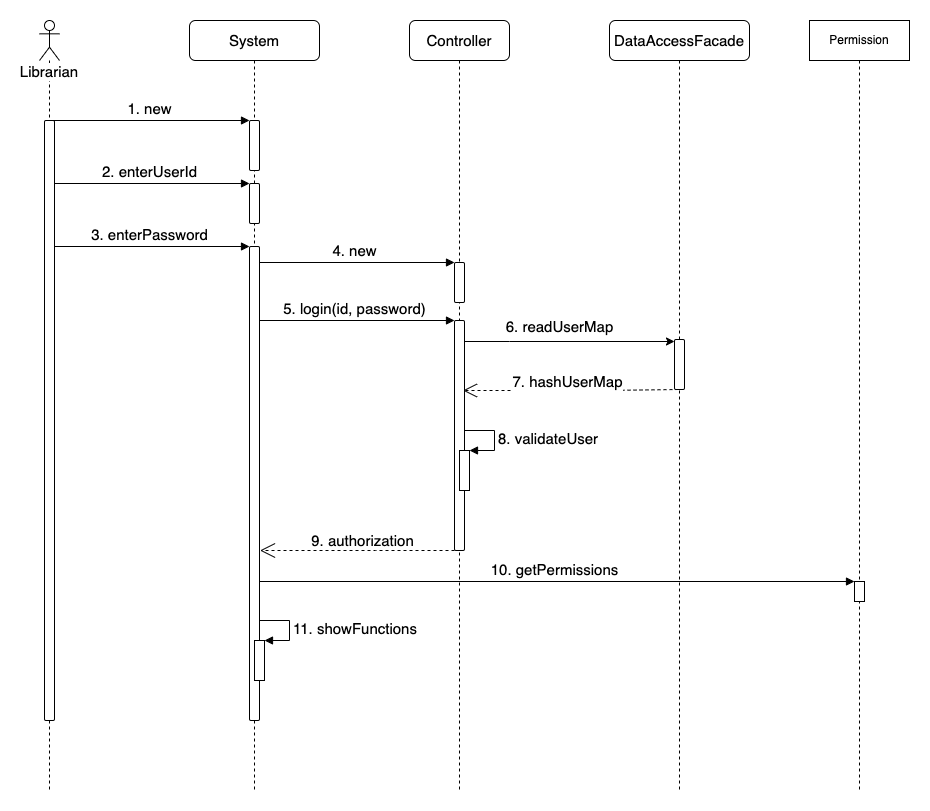
Before: uml/1_LibrarianLoginSequenceDiagram.png, a diagram exported from draw.io (mthuong/mpp-project). Source tidied: cells renumbered, new cells last; positions are measured from the earlier drawing's top-left corner, leaving out a move shared by most shapes.
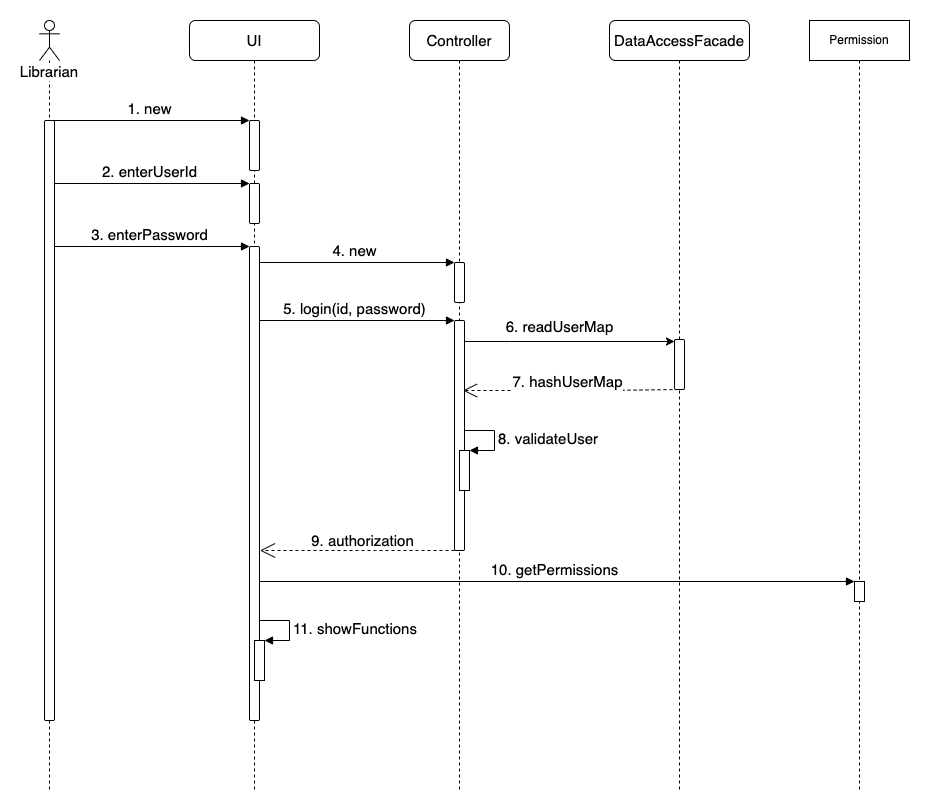
The same file after the commit.

Commit message:
Add sequence diagram usecase #1 #2

Diff of the diagram source:
```diff
@@ -26,7 +26,7 @@
     <mxCell id="8" style="html=1;perimeter=orthogonalPerimeter;rounded=1;shadow=0;glass=0;sketch=0;fontSize=15;gradientColor=none;" parent="7" vertex="1">
       <mxGeometry x="5" y="100" width="10" height="600" as="geometry" />
     </mxCell>
-    <mxCell id="9" value="System" style="shape=umlLifeline;perimeter=lifelinePerimeter;whiteSpace=wrap;html=1;outlineConnect=0;rounded=1;shadow=0;glass=0;sketch=0;fontSize=15;gradientColor=none;" parent="1" vertex="1">
+    <mxCell id="9" value="UI" style="shape=umlLifeline;perimeter=lifelinePerimeter;whiteSpace=wrap;html=1;outlineConnect=0;rounded=1;shadow=0;glass=0;sketch=0;fontSize=15;gradientColor=none;" parent="1" vertex="1">
       <mxGeometry x="150" width="130" height="770" as="geometry" />
     </mxCell>
     <mxCell id="10" style="html=1;points=[];perimeter=orthogonalPerimeter;rounded=1;shadow=0;glass=0;sketch=0;fontSize=15;gradientColor=none;" parent="9" vertex="1">
```
